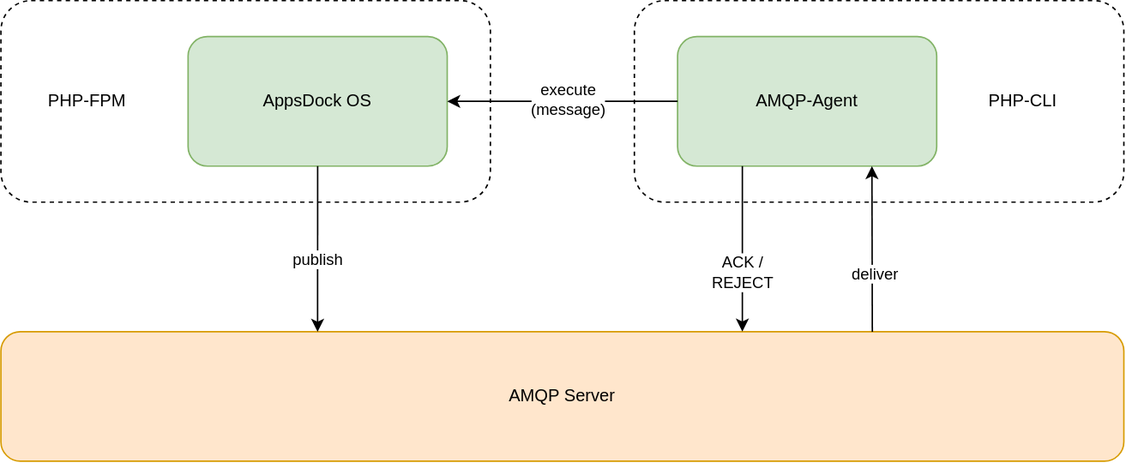
Before: src/assets/images/amqp/service-structure.svg, a diagram exported from draw.io (appsdock/docs). Source tidied: cells renumbered, new cells last; positions are measured from the earlier drawing's top-left corner, leaving out a move shared by most shapes. The source it was exported from:
```xml
<mxGraphModel>
  <root>
    <mxCell id="0" />
    <mxCell id="1" parent="0" />
    <mxCell id="2" style="rounded=1;whiteSpace=wrap;html=1;dashed=1;" parent="1" vertex="1">
      <mxGeometry x="440" width="340" height="140" as="geometry" />
    </mxCell>
    <mxCell id="3" style="rounded=1;whiteSpace=wrap;html=1;dashed=1;" parent="1" vertex="1">
      <mxGeometry width="340" height="140" as="geometry" />
    </mxCell>
    <mxCell id="4" value="AppsDock OS" style="rounded=1;whiteSpace=wrap;html=1;fillColor=#d5e8d4;strokeColor=#82b366;" parent="1" vertex="1">
      <mxGeometry x="130" y="25" width="180" height="90" as="geometry" />
    </mxCell>
    <mxCell id="5" value="PHP-FPM" style="text;html=1;strokeColor=none;fillColor=none;align=center;verticalAlign=middle;whiteSpace=wrap;rounded=0;dashed=1;" parent="1" vertex="1">
      <mxGeometry x="30" y="60" width="60" height="20" as="geometry" />
    </mxCell>
    <mxCell id="6" value="AMQP-Agent" style="rounded=1;whiteSpace=wrap;html=1;fillColor=#d5e8d4;strokeColor=#82b366;" parent="1" vertex="1">
      <mxGeometry x="470" y="25" width="180" height="90" as="geometry" />
    </mxCell>
    <mxCell id="7" value="PHP-CLI" style="text;html=1;strokeColor=none;fillColor=none;align=center;verticalAlign=middle;whiteSpace=wrap;rounded=0;dashed=1;" parent="1" vertex="1">
      <mxGeometry x="680" y="60" width="60" height="20" as="geometry" />
    </mxCell>
    <mxCell id="8" value="AMQP Server" style="rounded=1;whiteSpace=wrap;html=1;fillColor=#ffe6cc;strokeColor=#d79b00;" parent="1" vertex="1">
      <mxGeometry y="230" width="780" height="90" as="geometry" />
    </mxCell>
    <mxCell id="9" style="endArrow=classic;html=1;exitX=0.5;exitY=1;exitDx=0;exitDy=0;entryX=0.282;entryY=0.001;entryDx=0;entryDy=0;entryPerimeter=0;" parent="1" edge="1" source="4" target="8">
      <mxGeometry relative="1" as="geometry" />
    </mxCell>
    <mxCell id="10" value="publish" style="edgeLabel;html=1;align=center;verticalAlign=middle;" parent="9" vertex="1">
      <mxGeometry x="0.13" relative="1" as="geometry" />
    </mxCell>
    <mxCell id="11" style="endArrow=classic;html=1;entryX=0.75;entryY=1;entryDx=0;entryDy=0;exitX=0.776;exitY=0.001;exitDx=0;exitDy=0;exitPerimeter=0;" parent="1" edge="1" source="8" target="6">
      <mxGeometry relative="1" as="geometry" />
    </mxCell>
    <mxCell id="12" value="deliver" style="edgeLabel;html=1;align=center;verticalAlign=middle;" parent="11" vertex="1">
      <mxGeometry x="-0.29" y="-1" relative="1" as="geometry" />
    </mxCell>
    <mxCell id="13" style="endArrow=classic;html=1;exitX=0;exitY=0.5;exitDx=0;exitDy=0;entryX=1;entryY=0.5;entryDx=0;entryDy=0;" parent="1" edge="1" source="6" target="4">
      <mxGeometry relative="1" as="geometry" />
    </mxCell>
    <mxCell id="14" value="execute&lt;br&gt;(message)" style="edgeLabel;html=1;align=center;verticalAlign=middle;" parent="13" vertex="1">
      <mxGeometry x="-0.17" y="-2" relative="1" as="geometry">
        <mxPoint x="-10" as="offset" />
      </mxGeometry>
    </mxCell>
    <mxCell id="15" style="endArrow=classic;html=1;exitX=0.25;exitY=1;exitDx=0;exitDy=0;" parent="1" edge="1" source="6">
      <mxGeometry relative="1" as="geometry">
        <mxPoint x="515" y="230" as="targetPoint" />
      </mxGeometry>
    </mxCell>
    <mxCell id="16" value="ACK /&lt;br&gt;REJECT" style="edgeLabel;html=1;align=center;verticalAlign=middle;" parent="15" vertex="1">
      <mxGeometry x="0.3" y="-1" relative="1" as="geometry">
        <mxPoint y="-2" as="offset" />
      </mxGeometry>
    </mxCell>
  </root>
</mxGraphModel>
```
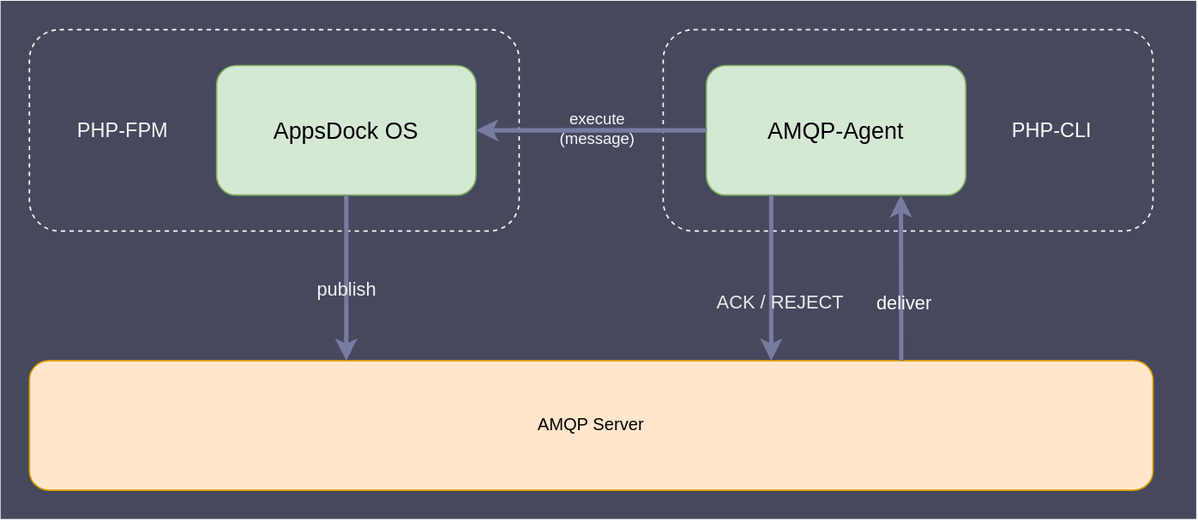
Above is the later version.

The edit, as a diff of the source:
```diff
@@ -2,55 +2,58 @@
   <root>
     <mxCell id="0" />
     <mxCell id="1" parent="0" />
+    <mxCell id="17" style="rounded=0;whiteSpace=wrap;html=1;dashed=1;glass=0;sketch=0;strokeColor=none;fillColor=#46495E;strokeWidth=1;" parent="1" vertex="1">
+      <mxGeometry x="-20" y="-20" width="830" height="360" as="geometry" />
+    </mxCell>
-    <mxCell id="2" style="rounded=1;whiteSpace=wrap;html=1;dashed=1;" parent="1" vertex="1">
+    <mxCell id="2" style="rounded=1;whiteSpace=wrap;html=1;dashed=1;fillColor=none;strokeColor=#F7F7F7;" parent="1" vertex="1">
       <mxGeometry x="440" width="340" height="140" as="geometry" />
     </mxCell>
-    <mxCell id="3" style="rounded=1;whiteSpace=wrap;html=1;dashed=1;" parent="1" vertex="1">
+    <mxCell id="3" style="rounded=1;whiteSpace=wrap;html=1;dashed=1;fillColor=none;strokeColor=#FFFFFF;" parent="1" vertex="1">
       <mxGeometry width="340" height="140" as="geometry" />
     </mxCell>
-    <mxCell id="4" value="AppsDock OS" style="rounded=1;whiteSpace=wrap;html=1;fillColor=#d5e8d4;strokeColor=#82b366;" parent="1" vertex="1">
+    <mxCell id="4" value="&lt;font style=&quot;font-size: 16px&quot;&gt;AppsDock OS&lt;/font&gt;" style="rounded=1;whiteSpace=wrap;html=1;fillColor=#d5e8d4;strokeColor=#82b366;" parent="1" vertex="1">
       <mxGeometry x="130" y="25" width="180" height="90" as="geometry" />
     </mxCell>
-    <mxCell id="5" value="PHP-FPM" style="text;html=1;strokeColor=none;fillColor=none;align=center;verticalAlign=middle;whiteSpace=wrap;rounded=0;dashed=1;" parent="1" vertex="1">
-      <mxGeometry x="30" y="60" width="60" height="20" as="geometry" />
+    <mxCell id="5" value="&lt;font style=&quot;font-size: 14px&quot; color=&quot;#f5f5f5&quot;&gt;PHP-FPM&lt;/font&gt;" style="text;html=1;strokeColor=none;fillColor=none;align=center;verticalAlign=middle;whiteSpace=wrap;rounded=0;dashed=1;" parent="1" vertex="1">
+      <mxGeometry x="30" y="60" width="70" height="20" as="geometry" />
     </mxCell>
-    <mxCell id="6" value="AMQP-Agent" style="rounded=1;whiteSpace=wrap;html=1;fillColor=#d5e8d4;strokeColor=#82b366;" parent="1" vertex="1">
+    <mxCell id="6" value="&lt;font style=&quot;font-size: 16px&quot;&gt;AMQP-Agent&lt;/font&gt;" style="rounded=1;whiteSpace=wrap;html=1;fillColor=#d5e8d4;strokeColor=#82b366;" parent="1" vertex="1">
       <mxGeometry x="470" y="25" width="180" height="90" as="geometry" />
     </mxCell>
-    <mxCell id="7" value="PHP-CLI" style="text;html=1;strokeColor=none;fillColor=none;align=center;verticalAlign=middle;whiteSpace=wrap;rounded=0;dashed=1;" parent="1" vertex="1">
+    <mxCell id="7" value="&lt;font style=&quot;font-size: 14px&quot; color=&quot;#fcfcfc&quot;&gt;PHP-CLI&lt;/font&gt;" style="text;html=1;strokeColor=none;fillColor=none;align=center;verticalAlign=middle;whiteSpace=wrap;rounded=0;dashed=1;" parent="1" vertex="1">
       <mxGeometry x="680" y="60" width="60" height="20" as="geometry" />
     </mxCell>
     <mxCell id="8" value="AMQP Server" style="rounded=1;whiteSpace=wrap;html=1;fillColor=#ffe6cc;strokeColor=#d79b00;" parent="1" vertex="1">
       <mxGeometry y="230" width="780" height="90" as="geometry" />
     </mxCell>
-    <mxCell id="9" style="endArrow=classic;html=1;exitX=0.5;exitY=1;exitDx=0;exitDy=0;entryX=0.282;entryY=0.001;entryDx=0;entryDy=0;entryPerimeter=0;" parent="1" edge="1" source="4" target="8">
+    <mxCell id="9" style="endArrow=classic;html=1;exitX=0.5;exitY=1;exitDx=0;exitDy=0;entryX=0.282;entryY=0.001;entryDx=0;entryDy=0;entryPerimeter=0;strokeColor=#777CA1;strokeWidth=3;" parent="1" edge="1" source="4" target="8">
       <mxGeometry relative="1" as="geometry" />
     </mxCell>
-    <mxCell id="10" value="publish" style="edgeLabel;html=1;align=center;verticalAlign=middle;" parent="9" vertex="1">
+    <mxCell id="10" value="publish" style="edgeLabel;html=1;align=center;verticalAlign=middle;labelBackgroundColor=none;fontColor=#F2F2F2;fontSize=13;" parent="9" vertex="1">
       <mxGeometry x="0.13" relative="1" as="geometry" />
     </mxCell>
-    <mxCell id="11" style="endArrow=classic;html=1;entryX=0.75;entryY=1;entryDx=0;entryDy=0;exitX=0.776;exitY=0.001;exitDx=0;exitDy=0;exitPerimeter=0;" parent="1" edge="1" source="8" target="6">
+    <mxCell id="11" style="endArrow=classic;html=1;entryX=0.75;entryY=1;entryDx=0;entryDy=0;exitX=0.776;exitY=0.001;exitDx=0;exitDy=0;exitPerimeter=0;strokeColor=#777CA1;strokeWidth=3;" parent="1" edge="1" source="8" target="6">
       <mxGeometry relative="1" as="geometry" />
     </mxCell>
-    <mxCell id="12" value="deliver" style="edgeLabel;html=1;align=center;verticalAlign=middle;" parent="11" vertex="1">
+    <mxCell id="12" value="deliver" style="edgeLabel;html=1;align=center;verticalAlign=middle;labelBackgroundColor=none;fontColor=#FFFFFF;fontSize=13;" parent="11" vertex="1">
       <mxGeometry x="-0.29" y="-1" relative="1" as="geometry" />
     </mxCell>
-    <mxCell id="13" style="endArrow=classic;html=1;exitX=0;exitY=0.5;exitDx=0;exitDy=0;entryX=1;entryY=0.5;entryDx=0;entryDy=0;" parent="1" edge="1" source="6" target="4">
+    <mxCell id="13" style="endArrow=classic;html=1;exitX=0;exitY=0.5;exitDx=0;exitDy=0;entryX=1;entryY=0.5;entryDx=0;entryDy=0;strokeColor=#777CA1;strokeWidth=3;" parent="1" edge="1" source="6" target="4">
       <mxGeometry relative="1" as="geometry" />
     </mxCell>
-    <mxCell id="14" value="execute&lt;br&gt;(message)" style="edgeLabel;html=1;align=center;verticalAlign=middle;" parent="13" vertex="1">
+    <mxCell id="14" value="execute&lt;br&gt;(message)" style="edgeLabel;html=1;align=center;verticalAlign=middle;labelBackgroundColor=none;fontColor=#FAFAFA;" parent="13" vertex="1">
       <mxGeometry x="-0.17" y="-2" relative="1" as="geometry">
         <mxPoint x="-10" as="offset" />
       </mxGeometry>
     </mxCell>
-    <mxCell id="15" style="endArrow=classic;html=1;exitX=0.25;exitY=1;exitDx=0;exitDy=0;" parent="1" edge="1" source="6">
+    <mxCell id="15" style="endArrow=classic;html=1;exitX=0.25;exitY=1;exitDx=0;exitDy=0;strokeColor=#777CA1;strokeWidth=3;" parent="1" edge="1" source="6">
       <mxGeometry relative="1" as="geometry">
         <mxPoint x="515" y="230" as="targetPoint" />
       </mxGeometry>
     </mxCell>
-    <mxCell id="16" value="ACK /&lt;br&gt;REJECT" style="edgeLabel;html=1;align=center;verticalAlign=middle;" parent="15" vertex="1">
+    <mxCell id="16" value="ACK / REJECT" style="edgeLabel;html=1;align=center;verticalAlign=middle;labelBackgroundColor=none;fontColor=#EBEBEB;fontSize=13;" parent="15" vertex="1">
       <mxGeometry x="0.3" y="-1" relative="1" as="geometry">
-        <mxPoint y="-2" as="offset" />
+        <mxPoint x="6" y="-2" as="offset" />
       </mxGeometry>
     </mxCell>
   </root>
```
